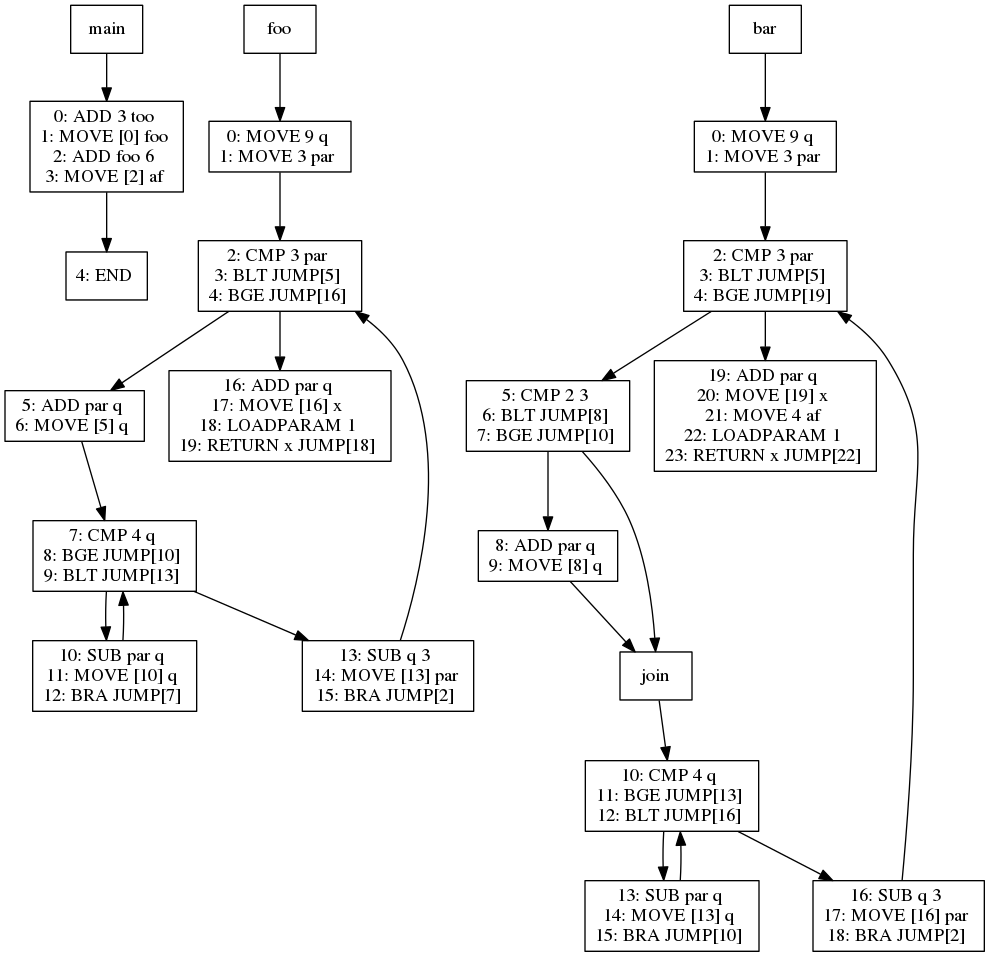
The Graphviz diagram viz/test015.dot.png in jiahanwang/PL241-Compiler, before a commit. Its source is kept beside it as viz/test015.dot.
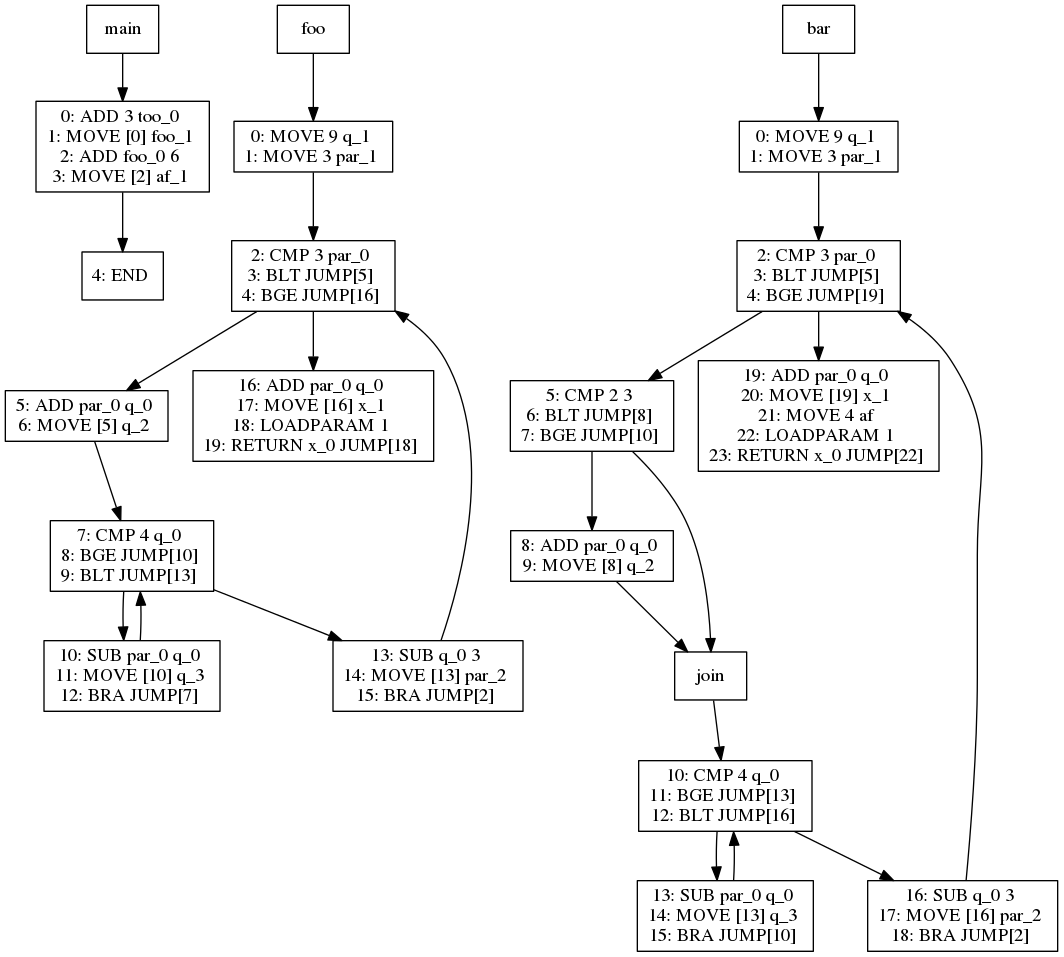
After the change.

What changed in the source:
```diff
@@ -1,96 +1,96 @@
 digraph test015 {
 node [shape=box]
-265[label="main"]
-265 -> 297
-297[label="0: ADD 3 too
-1: MOVE [0] foo
-2: ADD foo 6
-3: MOVE [2] af
+1[label="main"]
+1 -> 33
+33[label="0: ADD 3 too_0
+1: MOVE [0] foo_1
+2: ADD foo_0 6
+3: MOVE [2] af_1
 "]
-297 -> 299
-299[label="4: END
+33 -> 35
+35[label="4: END
 "]
-284[label="foo"]
-284 -> 286
-286[label="0: MOVE 9 q
-1: MOVE 3 par
+20[label="foo"]
+20 -> 22
+22[label="0: MOVE 9 q_1
+1: MOVE 3 par_1
 "]
-286 -> 288
-288[label="2: CMP 3 par
+22 -> 24
+24[label="2: CMP 3 par_0
 3: BLT JUMP[5]
 4: BGE JUMP[16]
 "]
-288 -> 290
-290[label="5: ADD par q
-6: MOVE [5] q
+24 -> 26
+26[label="5: ADD par_0 q_0
+6: MOVE [5] q_2
 "]
-290 -> 291
-291[label="7: CMP 4 q
+26 -> 27
+27[label="7: CMP 4 q_0
 8: BGE JUMP[10]
 9: BLT JUMP[13]
 "]
-291 -> 293
-293[label="10: SUB par q
-11: MOVE [10] q
+27 -> 29
+29[label="10: SUB par_0 q_0
+11: MOVE [10] q_3
 12: BRA JUMP[7]
 "]
-293 -> 291
-291 -> 292
-292[label="13: SUB q 3
-14: MOVE [13] par
+29 -> 27
+27 -> 28
+28[label="13: SUB q_0 3
+14: MOVE [13] par_2
 15: BRA JUMP[2]
 "]
-292 -> 288
-288 -> 289
-289[label="16: ADD par q
-17: MOVE [16] x
+28 -> 24
+24 -> 25
+25[label="16: ADD par_0 q_0
+17: MOVE [16] x_1
 18: LOADPARAM 1
-19: RETURN x JUMP[18]
+19: RETURN x_0 JUMP[18]
 "]
-268[label="bar"]
-268 -> 270
-270[label="0: MOVE 9 q
-1: MOVE 3 par
+4[label="bar"]
+4 -> 6
+6[label="0: MOVE 9 q_1
+1: MOVE 3 par_1
 "]
-270 -> 272
-272[label="2: CMP 3 par
+6 -> 8
+8[label="2: CMP 3 par_0
 3: BLT JUMP[5]
 4: BGE JUMP[19]
 "]
-272 -> 274
-274[label="5: CMP 2 3
+8 -> 10
+10[label="5: CMP 2 3
 6: BLT JUMP[8]
 7: BGE JUMP[10]
 "]
-274 -> 276
-276[label="8: ADD par q
-9: MOVE [8] q
+10 -> 12
+12[label="8: ADD par_0 q_0
+9: MOVE [8] q_2
 "]
-276 -> 275
-275[label="join"]
-275 -> 277
-277[label="10: CMP 4 q
+12 -> 11
+11[label="join"]
+11 -> 13
+13[label="10: CMP 4 q_0
 11: BGE JUMP[13]
 12: BLT JUMP[16]
 "]
-277 -> 279
-279[label="13: SUB par q
-14: MOVE [13] q
+13 -> 15
+15[label="13: SUB par_0 q_0
+14: MOVE [13] q_3
 15: BRA JUMP[10]
 "]
-279 -> 277
-277 -> 278
-278[label="16: SUB q 3
-17: MOVE [16] par
+15 -> 13
+13 -> 14
+14[label="16: SUB q_0 3
+17: MOVE [16] par_2
 18: BRA JUMP[2]
 "]
-278 -> 272
-274 -> 275
-272 -> 273
-273[label="19: ADD par q
-20: MOVE [19] x
+14 -> 8
+10 -> 11
+8 -> 9
+9[label="19: ADD par_0 q_0
+20: MOVE [19] x_1
 21: MOVE 4 af
 22: LOADPARAM 1
-23: RETURN x JUMP[22]
+23: RETURN x_0 JUMP[22]
 "]
 }
```
